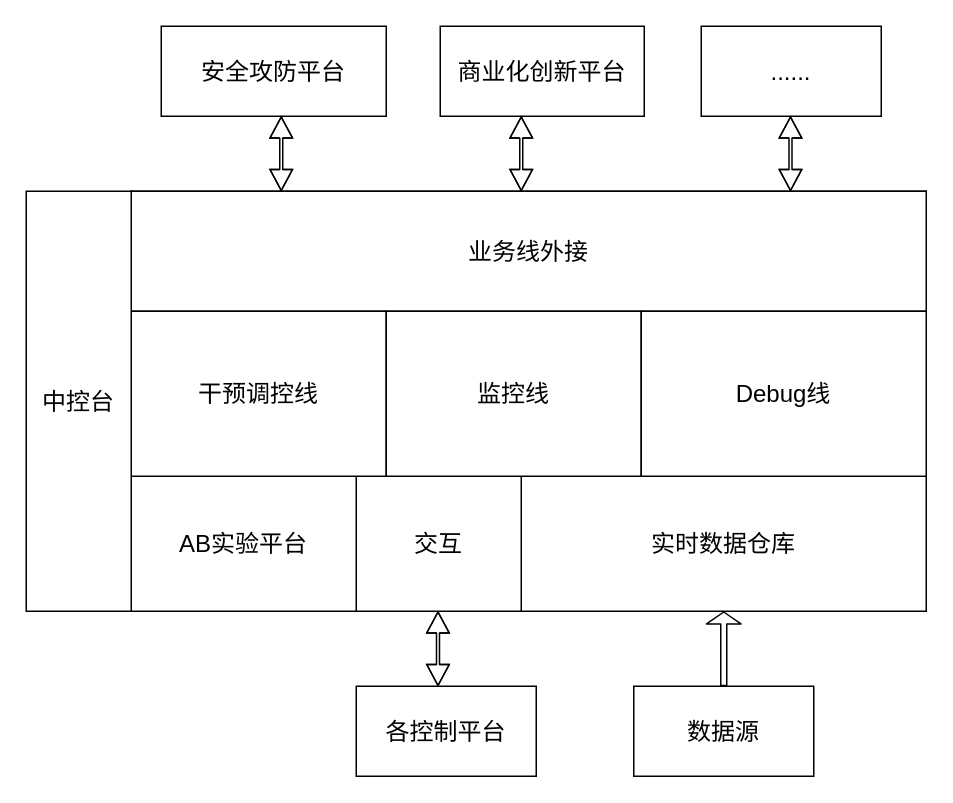
This is 全域流量中控平台_overall.drawio from hustpawpaw/charts, a draw.io file, before an edit. Source tidied: cells renumbered, new cells numbered last; positions are measured from the earlier drawing's top-left corner, leaving out a move shared by most shapes. Both pictures are drawn from the tidied source at 150%, with x=0, y=0 at pixel (26, 26).
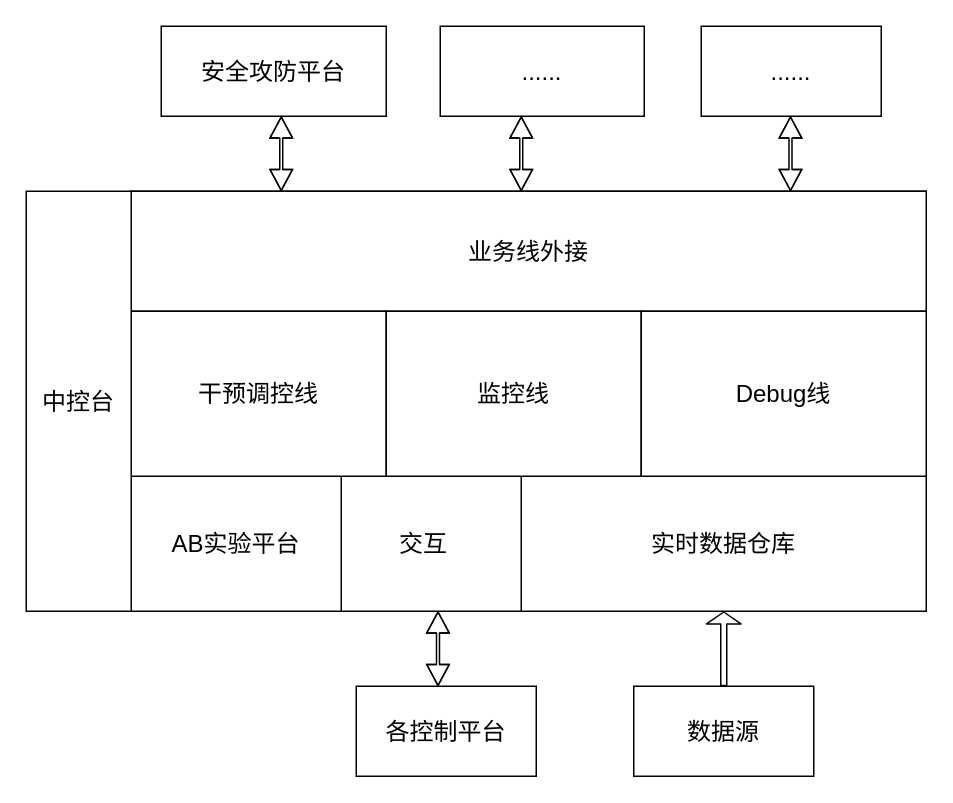
After the change.

Commit message:
Update 全域流量中控平台_overall.drawio

Change to the diagram source:
```diff
@@
-    <mxCell id="4" value="商业化创新平台" style="rounded=0;whiteSpace=wrap;html=1;fontSize=16;" parent="1" vertex="1">
+    <mxCell id="4" value="......" style="rounded=0;whiteSpace=wrap;html=1;fontSize=16;" parent="1" vertex="1">
       <mxGeometry x="276" width="136" height="60" as="geometry" />
     </mxCell>
@@
     <mxCell id="10" value="交互" style="rounded=0;whiteSpace=wrap;html=1;fontSize=16;" parent="1" vertex="1">
-      <mxGeometry x="220" y="300" width="110" height="90" as="geometry" />
+      <mxGeometry x="200" y="300" width="130" height="90" as="geometry" />
     </mxCell>
     <mxCell id="11" value="AB实验平台" style="rounded=0;whiteSpace=wrap;html=1;fontSize=16;" parent="1" vertex="1">
-      <mxGeometry x="70" y="300" width="150" height="90" as="geometry" />
+      <mxGeometry x="70" y="300" width="140" height="90" as="geometry" />
     </mxCell>
```
